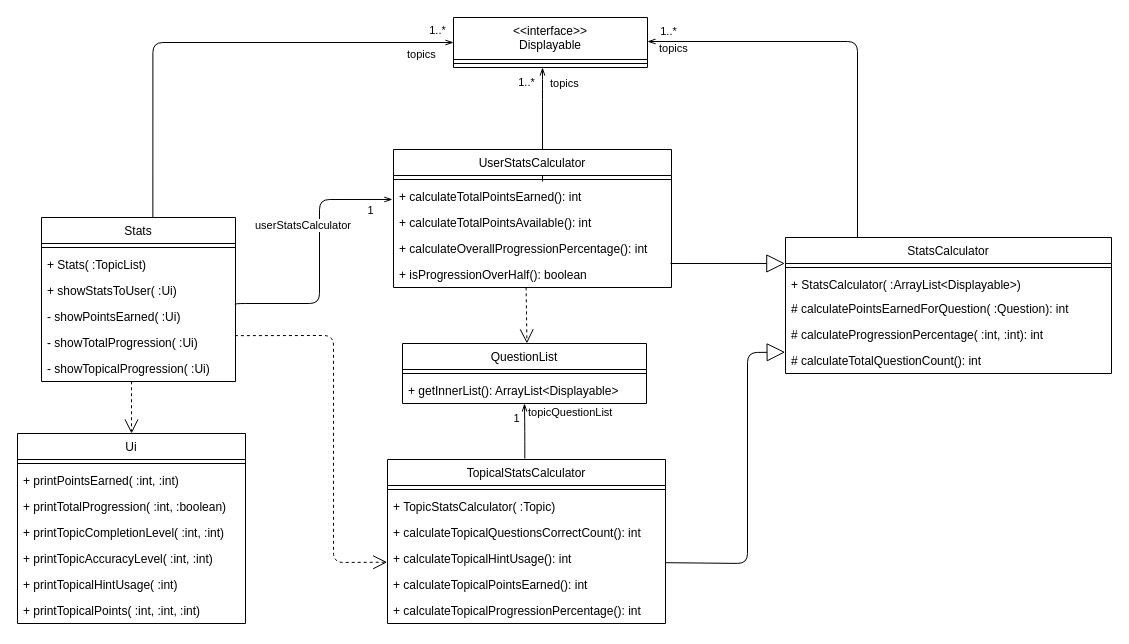
Above: docs/diagrams/Stats.drawio in nus-cs2113-AY2021S1/tp (draw.io), before the change. Source tidied: cells renumbered, new cells numbered last; positions are measured from the earlier drawing's top-left corner, leaving out a move shared by most shapes. Both pictures are drawn from the tidied source at 100%, with x=0, y=0 at pixel (17, 17).
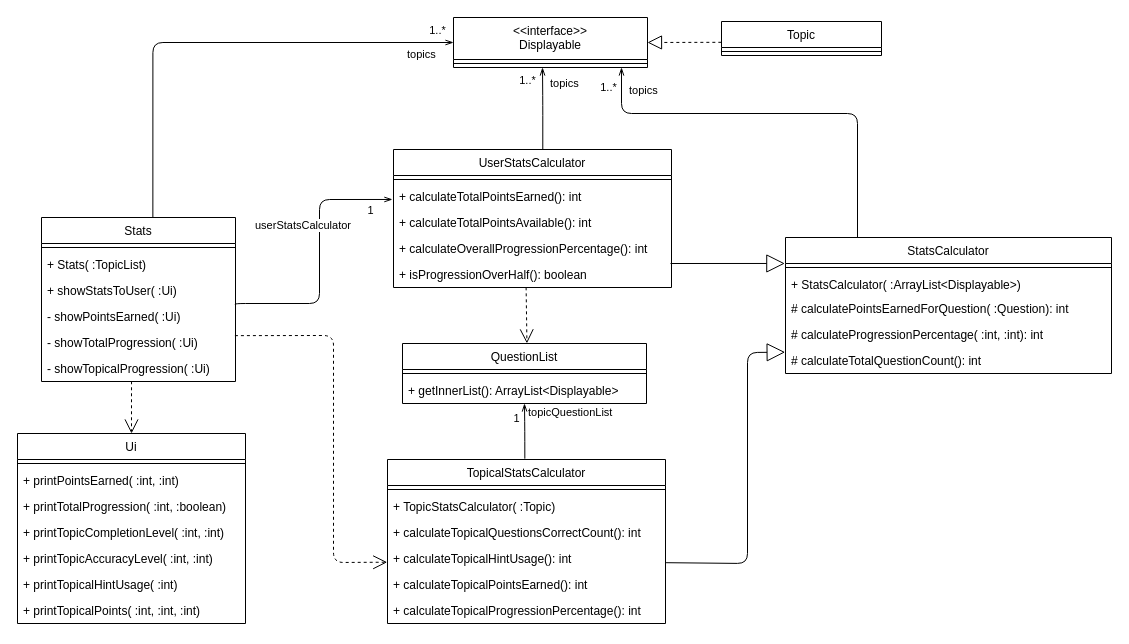
The same diagram, later.

Commit message (it also covers changes not shown here):
Edit DG for stats class and sequence diagram

Unchanged cells that the change refers to:
```xml
<mxCell id="5" value="&lt;&lt;interface&gt;&gt;&#10;Displayable&#10;" style="swimlane;fontStyle=0;align=center;verticalAlign=top;horizontal=1;startSize=42;" parent="1" vertex="1">
  <mxGeometry x="436" width="194" height="50" as="geometry" />
</mxCell>
<mxCell id="10" value="StatsCalculator" style="swimlane;fontStyle=0;align=center;verticalAlign=top;horizontal=1;startSize=26;" parent="1" vertex="1">
  <mxGeometry x="768" y="220" width="326" height="136" as="geometry" />
</mxCell>
<mxCell id="34" value="UserStatsCalculator" style="swimlane;fontStyle=0;align=center;verticalAlign=top;horizontal=1;startSize=26;" parent="1" vertex="1">
  <mxGeometry x="376" y="132" width="278" height="138" as="geometry" />
</mxCell>
```

The edit, as a diff of the source:
```diff
@@
-    <mxCell id="6" value="topics" style="endArrow=openThin;endFill=0;html=1;edgeStyle=orthogonalEdgeStyle;align=left;verticalAlign=top;" parent="5" edge="1">
+    <mxCell id="6" value="topics" style="endArrow=openThin;endFill=0;html=1;edgeStyle=orthogonalEdgeStyle;align=left;verticalAlign=top;exitX=0.537;exitY=0.004;exitDx=0;exitDy=0;exitPerimeter=0;" parent="5" edge="1" source="34">
       <mxGeometry x="0.95" y="-6" relative="1" as="geometry">
-        <mxPoint x="89" y="164" as="sourcePoint" />
         <mxPoint x="89" y="50" as="targetPoint" />
         <Array as="points">
-          <mxPoint x="89" y="164" />
-          <mxPoint x="89" y="72" />
-          <mxPoint x="89" y="72" />
+          <mxPoint x="89" y="88" />
+          <mxPoint x="89" y="88" />
         </Array>
       </mxGeometry>
     </mxCell>
     <mxCell id="7" value="1..*" style="edgeLabel;html=1;align=center;verticalAlign=middle;" parent="6" vertex="1">
       <mxGeometry x="0.41" y="2" relative="1" as="geometry">
-        <mxPoint x="-15" y="-19.6" as="offset" />
+        <mxPoint x="-13.2" y="-12.2" as="offset" />
       </mxGeometry>
     </mxCell>
@@
     <mxCell id="22" value="topics" style="endArrow=openThin;endFill=0;html=1;edgeStyle=orthogonalEdgeStyle;align=left;verticalAlign=top;" parent="1" edge="1" source="10" target="5">
       <mxGeometry x="0.95" y="-6" relative="1" as="geometry">
         <Array as="points">
-          <mxPoint x="840" y="24" />
+          <mxPoint x="840" y="96" />
+          <mxPoint x="604" y="96" />
         </Array>
       </mxGeometry>
     </mxCell>
     <mxCell id="23" value="1..*" style="edgeLabel;html=1;align=center;verticalAlign=middle;" parent="1" vertex="1">
-      <mxGeometry x="398" y="10" as="geometry">
+      <mxGeometry x="338" y="66" as="geometry">
         <mxPoint x="252" y="3" as="offset" />
       </mxGeometry>
     </mxCell>
@@
+    <mxCell id="56" style="endArrow=block;dashed=1;endFill=0;endSize=12;html=1;entryX=1;entryY=0.5;entryDx=0;entryDy=0;exitX=-0.001;exitY=0.612;exitDx=0;exitDy=0;exitPerimeter=0;" parent="1" edge="1" source="57" target="5">
+      <mxGeometry relative="1" as="geometry" />
+    </mxCell>
+    <mxCell id="57" value="Topic" style="swimlane;fontStyle=0;align=center;verticalAlign=top;horizontal=1;startSize=26;" parent="1" vertex="1">
+      <mxGeometry x="704" y="4" width="160" height="34" as="geometry" />
+    </mxCell>
+    <mxCell id="58" style="line;strokeWidth=1;fillColor=none;align=left;verticalAlign=middle;spacingTop=-1;spacingLeft=3;spacingRight=3;labelPosition=right;" parent="57" vertex="1">
+      <mxGeometry y="26" width="160" height="8" as="geometry" />
+    </mxCell>
```
